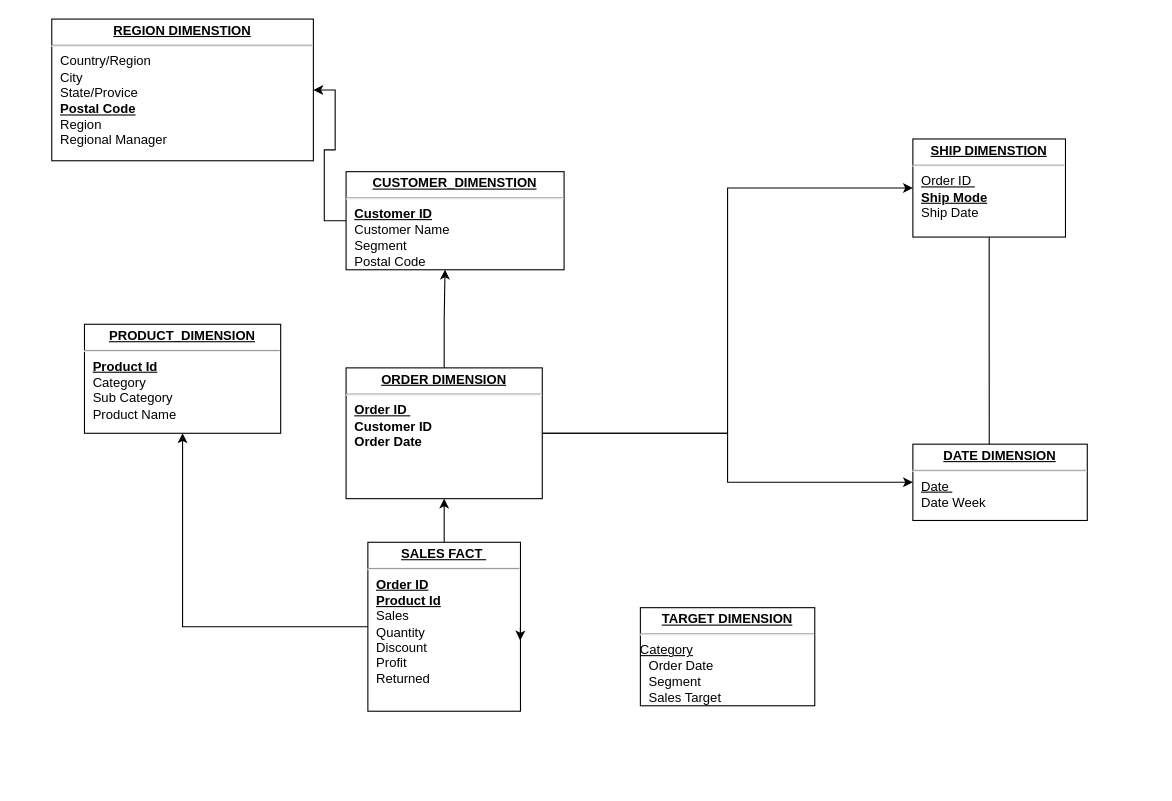
rajitharul/rajitharul keeps this draw.io diagram as sales.drawio. Above is the earlier version. Source tidied: cells renumbered, new cells numbered last; positions are measured from the earlier drawing's top-left corner, leaving out a move shared by most shapes. Both pictures are drawn from the tidied source at 109%, with x=0, y=0 at pixel (51, 19).
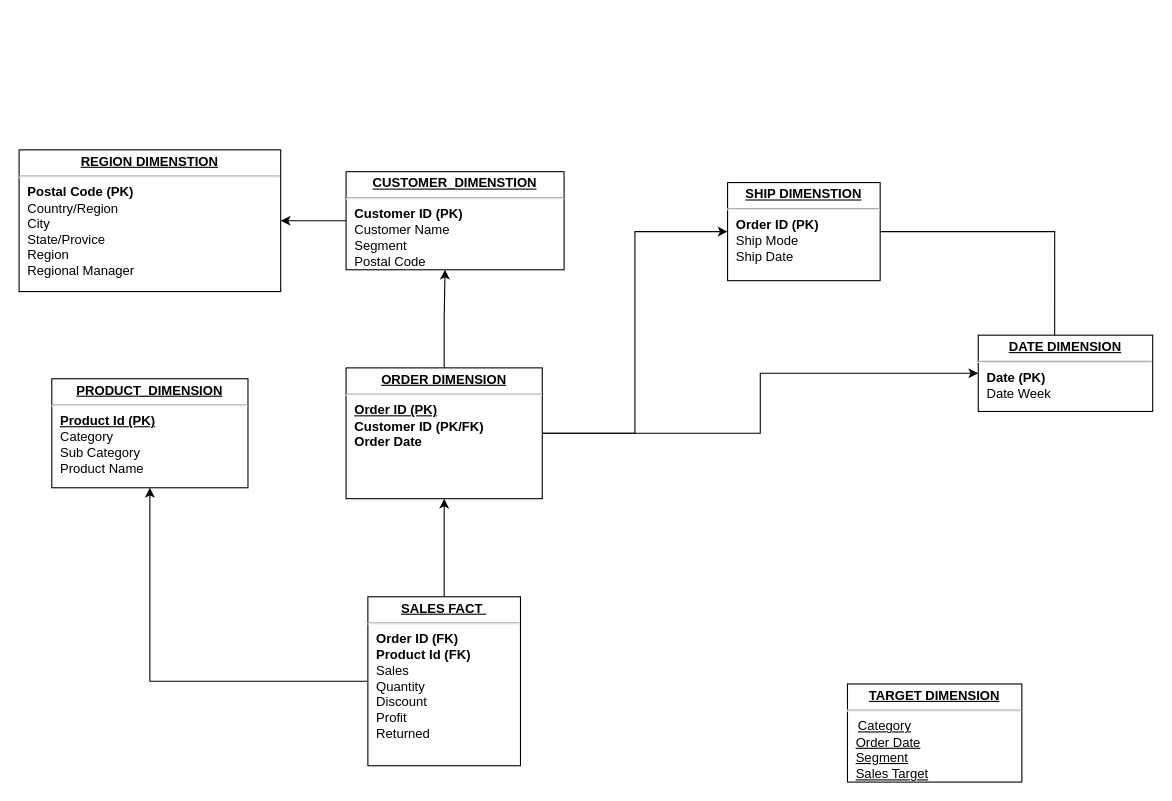
After the change.

Diff of the diagram source:
```diff
@@
 <mxGraphModel>
   <root>
     <mxCell id="0" />
     <mxCell id="1" parent="0" />
     <mxCell id="2" style="edgeStyle=orthogonalEdgeStyle;rounded=0;jettySize=auto;html=1;" parent="1" edge="1" source="4" target="15">
       <mxGeometry relative="1" as="geometry" />
     </mxCell>
     <mxCell id="3" style="edgeStyle=orthogonalEdgeStyle;rounded=0;jettySize=auto;html=1;" parent="1" edge="1" source="4" target="11">
       <mxGeometry relative="1" as="geometry" />
     </mxCell>
-    <mxCell id="4" value="&lt;p style=&quot;margin: 0px ; margin-top: 4px ; text-align: center ; text-decoration: underline&quot;&gt;&lt;b&gt;SALES FACT&amp;nbsp;&lt;/b&gt;&lt;/p&gt;&lt;hr&gt;&lt;p style=&quot;margin: 0px ; margin-left: 8px&quot;&gt;&lt;b&gt;&lt;u&gt;Order ID&lt;/u&gt;&lt;/b&gt;&lt;/p&gt;&lt;p style=&quot;margin: 0px 0px 0px 8px;&quot;&gt;&lt;span style=&quot;background-color: initial;&quot;&gt;&lt;b&gt;&lt;u&gt;Product Id&lt;/u&gt;&lt;/b&gt;&lt;/span&gt;&lt;/p&gt;&lt;p style=&quot;margin: 0px ; margin-left: 8px&quot;&gt;&lt;span style=&quot;background-color: initial;&quot;&gt;Sales&lt;/span&gt;&lt;br&gt;&lt;/p&gt;&lt;p style=&quot;margin: 0px ; margin-left: 8px&quot;&gt;&lt;span style=&quot;background-color: initial;&quot;&gt;Quantity&lt;/span&gt;&lt;/p&gt;&lt;p style=&quot;margin: 0px ; margin-left: 8px&quot;&gt;&lt;span style=&quot;background-color: initial;&quot;&gt;Discount&lt;/span&gt;&lt;/p&gt;&lt;p style=&quot;margin: 0px ; margin-left: 8px&quot;&gt;&lt;span style=&quot;background-color: initial;&quot;&gt;Profit&lt;/span&gt;&lt;/p&gt;&lt;p style=&quot;margin: 0px 0px 0px 8px;&quot;&gt;&lt;span style=&quot;background-color: initial;&quot;&gt;Returned&lt;/span&gt;&lt;/p&gt;&lt;div&gt;&lt;span style=&quot;background-color: initial;&quot;&gt;&lt;br&gt;&lt;/span&gt;&lt;/div&gt;&lt;p style=&quot;margin: 0px ; margin-left: 8px&quot;&gt;&amp;nbsp;&lt;/p&gt;" style="verticalAlign=top;align=left;overflow=fill;fontSize=12;fontFamily=Helvetica;html=1;rounded=0;shadow=0;comic=0;labelBackgroundColor=none;strokeWidth=1;" parent="1" vertex="1">
-      <mxGeometry x="290" y="480" width="140" height="155" as="geometry" />
+    <mxCell id="4" value="&lt;p style=&quot;margin: 0px ; margin-top: 4px ; text-align: center ; text-decoration: underline&quot;&gt;&lt;b&gt;SALES FACT&amp;nbsp;&lt;/b&gt;&lt;/p&gt;&lt;hr&gt;&lt;p style=&quot;margin: 0px ; margin-left: 8px&quot;&gt;&lt;b&gt;Order ID (FK)&lt;/b&gt;&lt;/p&gt;&lt;p style=&quot;margin: 0px 0px 0px 8px;&quot;&gt;&lt;span style=&quot;background-color: initial;&quot;&gt;&lt;b&gt;Product Id (FK)&lt;/b&gt;&lt;/span&gt;&lt;/p&gt;&lt;p style=&quot;margin: 0px ; margin-left: 8px&quot;&gt;&lt;span style=&quot;background-color: initial;&quot;&gt;Sales&lt;/span&gt;&lt;br&gt;&lt;/p&gt;&lt;p style=&quot;margin: 0px ; margin-left: 8px&quot;&gt;&lt;span style=&quot;background-color: initial;&quot;&gt;Quantity&lt;/span&gt;&lt;/p&gt;&lt;p style=&quot;margin: 0px ; margin-left: 8px&quot;&gt;&lt;span style=&quot;background-color: initial;&quot;&gt;Discount&lt;/span&gt;&lt;/p&gt;&lt;p style=&quot;margin: 0px ; margin-left: 8px&quot;&gt;&lt;span style=&quot;background-color: initial;&quot;&gt;Profit&lt;/span&gt;&lt;/p&gt;&lt;p style=&quot;margin: 0px 0px 0px 8px;&quot;&gt;&lt;span style=&quot;background-color: initial;&quot;&gt;Returned&lt;/span&gt;&lt;/p&gt;&lt;div&gt;&lt;span style=&quot;background-color: initial;&quot;&gt;&lt;br&gt;&lt;/span&gt;&lt;/div&gt;&lt;p style=&quot;margin: 0px ; margin-left: 8px&quot;&gt;&amp;nbsp;&lt;/p&gt;" style="verticalAlign=top;align=left;overflow=fill;fontSize=12;fontFamily=Helvetica;html=1;rounded=0;shadow=0;comic=0;labelBackgroundColor=none;strokeWidth=1;" parent="1" vertex="1">
+      <mxGeometry x="290" y="530" width="140" height="155" as="geometry" />
     </mxCell>
     <mxCell id="5" style="edgeStyle=orthogonalEdgeStyle;rounded=0;jettySize=auto;html=1;entryX=0.438;entryY=0.286;entryDx=0;entryDy=0;entryPerimeter=0;" parent="1" edge="1" source="6" target="7">
       <mxGeometry relative="1" as="geometry" />
     </mxCell>
-    <mxCell id="6" value="&lt;p style=&quot;margin: 0px ; margin-top: 4px ; text-align: center ; text-decoration: underline&quot;&gt;&lt;b&gt;SHIP DIMENSTION&lt;/b&gt;&lt;/p&gt;&lt;hr&gt;&lt;p style=&quot;margin: 0px ; margin-left: 8px&quot;&gt;&lt;u&gt;Order ID&amp;nbsp;&lt;/u&gt;&lt;/p&gt;&lt;p style=&quot;margin: 0px ; margin-left: 8px&quot;&gt;&lt;u&gt;&lt;b&gt;Ship Mode&lt;/b&gt;&lt;/u&gt;&lt;/p&gt;&lt;p style=&quot;margin: 0px ; margin-left: 8px&quot;&gt;&lt;span style=&quot;background-color: initial;&quot;&gt;Ship Date&lt;/span&gt;&lt;/p&gt;&lt;p style=&quot;margin: 0px ; margin-left: 8px&quot;&gt;&lt;br&gt;&lt;/p&gt;" style="verticalAlign=top;align=left;overflow=fill;fontSize=12;fontFamily=Helvetica;html=1;rounded=0;shadow=0;comic=0;labelBackgroundColor=none;strokeWidth=1;" parent="1" vertex="1">
-      <mxGeometry x="790" y="110" width="140" height="90" as="geometry" />
+    <mxCell id="6" value="&lt;p style=&quot;margin: 0px ; margin-top: 4px ; text-align: center ; text-decoration: underline&quot;&gt;&lt;b&gt;SHIP DIMENSTION&lt;/b&gt;&lt;/p&gt;&lt;hr&gt;&lt;p style=&quot;margin: 0px ; margin-left: 8px&quot;&gt;&lt;b style=&quot;&quot;&gt;Order ID (PK)&lt;/b&gt;&lt;/p&gt;&lt;p style=&quot;margin: 0px ; margin-left: 8px&quot;&gt;Ship Mode&amp;nbsp;&lt;/p&gt;&lt;p style=&quot;margin: 0px ; margin-left: 8px&quot;&gt;&lt;span style=&quot;background-color: initial;&quot;&gt;Ship Date&lt;/span&gt;&lt;/p&gt;&lt;p style=&quot;margin: 0px ; margin-left: 8px&quot;&gt;&lt;br&gt;&lt;/p&gt;" style="verticalAlign=top;align=left;overflow=fill;fontSize=12;fontFamily=Helvetica;html=1;rounded=0;shadow=0;comic=0;labelBackgroundColor=none;strokeWidth=1;" parent="1" vertex="1">
+      <mxGeometry x="620" y="150" width="140" height="90" as="geometry" />
     </mxCell>
-    <mxCell id="7" value="&lt;p style=&quot;margin: 0px ; margin-top: 4px ; text-align: center ; text-decoration: underline&quot;&gt;&lt;b&gt;DATE DIMENSION&lt;/b&gt;&lt;/p&gt;&lt;hr&gt;&lt;p style=&quot;margin: 0px ; margin-left: 8px&quot;&gt;&lt;u&gt;Date&amp;nbsp;&lt;br&gt;&lt;/u&gt;&lt;/p&gt;&lt;p style=&quot;margin: 0px ; margin-left: 8px&quot;&gt;Date Week&lt;/p&gt;" style="verticalAlign=top;align=left;overflow=fill;fontSize=12;fontFamily=Helvetica;html=1;rounded=0;shadow=0;comic=0;labelBackgroundColor=none;strokeWidth=1;" parent="1" vertex="1">
-      <mxGeometry x="790" y="390" width="160" height="70" as="geometry" />
+    <mxCell id="7" value="&lt;p style=&quot;margin: 0px ; margin-top: 4px ; text-align: center ; text-decoration: underline&quot;&gt;&lt;b&gt;DATE DIMENSION&lt;/b&gt;&lt;/p&gt;&lt;hr&gt;&lt;p style=&quot;margin: 0px ; margin-left: 8px&quot;&gt;&lt;b style=&quot;&quot;&gt;Date (PK)&lt;br&gt;&lt;/b&gt;&lt;/p&gt;&lt;p style=&quot;margin: 0px ; margin-left: 8px&quot;&gt;Date Week&lt;/p&gt;" style="verticalAlign=top;align=left;overflow=fill;fontSize=12;fontFamily=Helvetica;html=1;rounded=0;shadow=0;comic=0;labelBackgroundColor=none;strokeWidth=1;" parent="1" vertex="1">
+      <mxGeometry x="850" y="290" width="160" height="70" as="geometry" />
     </mxCell>
     <mxCell id="8" style="edgeStyle=orthogonalEdgeStyle;rounded=0;jettySize=auto;html=1;entryX=1;entryY=0.5;entryDx=0;entryDy=0;" parent="1" edge="1" source="9" target="10">
       <mxGeometry relative="1" as="geometry" />
     </mxCell>
-    <mxCell id="9" value="&lt;p style=&quot;margin: 0px ; margin-top: 4px ; text-align: center ; text-decoration: underline&quot;&gt;&lt;b&gt;CUSTOMER_DIMENSTION&lt;/b&gt;&lt;/p&gt;&lt;hr&gt;&lt;p style=&quot;margin: 0px ; margin-left: 8px&quot;&gt;&lt;span style=&quot;background-color: initial;&quot;&gt;&lt;b&gt;&lt;u&gt;Customer ID&lt;/u&gt;&lt;/b&gt;&lt;/span&gt;&lt;/p&gt;&lt;p style=&quot;margin: 0px ; margin-left: 8px&quot;&gt;Customer Name&lt;/p&gt;&lt;p style=&quot;margin: 0px ; margin-left: 8px&quot;&gt;Segment&amp;nbsp;&lt;/p&gt;&lt;p style=&quot;margin: 0px ; margin-left: 8px&quot;&gt;Postal Code&lt;/p&gt;" style="verticalAlign=top;align=left;overflow=fill;fontSize=12;fontFamily=Helvetica;html=1;rounded=0;shadow=0;comic=0;labelBackgroundColor=none;strokeWidth=1;" parent="1" vertex="1">
+    <mxCell id="9" value="&lt;p style=&quot;margin: 0px ; margin-top: 4px ; text-align: center ; text-decoration: underline&quot;&gt;&lt;b&gt;CUSTOMER_DIMENSTION&lt;/b&gt;&lt;/p&gt;&lt;hr&gt;&lt;p style=&quot;margin: 0px ; margin-left: 8px&quot;&gt;&lt;span style=&quot;background-color: initial;&quot;&gt;&lt;b&gt;Customer ID (PK)&lt;/b&gt;&lt;/span&gt;&lt;/p&gt;&lt;p style=&quot;margin: 0px ; margin-left: 8px&quot;&gt;Customer Name&lt;/p&gt;&lt;p style=&quot;margin: 0px ; margin-left: 8px&quot;&gt;Segment&amp;nbsp;&lt;/p&gt;&lt;p style=&quot;margin: 0px ; margin-left: 8px&quot;&gt;Postal Code&lt;/p&gt;" style="verticalAlign=top;align=left;overflow=fill;fontSize=12;fontFamily=Helvetica;html=1;rounded=0;shadow=0;comic=0;labelBackgroundColor=none;strokeWidth=1;" parent="1" vertex="1">
       <mxGeometry x="270" y="140" width="200" height="90" as="geometry" />
     </mxCell>
-    <mxCell id="10" value="&lt;p style=&quot;margin: 0px ; margin-top: 4px ; text-align: center ; text-decoration: underline&quot;&gt;&lt;b&gt;REGION DIMENSTION&lt;/b&gt;&lt;/p&gt;&lt;hr&gt;&lt;p style=&quot;margin: 0px ; margin-left: 8px&quot;&gt;Country/Region&lt;/p&gt;&lt;p style=&quot;margin: 0px ; margin-left: 8px&quot;&gt;City&amp;nbsp;&lt;/p&gt;&lt;p style=&quot;margin: 0px ; margin-left: 8px&quot;&gt;State/Provice&lt;/p&gt;&lt;p style=&quot;margin: 0px ; margin-left: 8px&quot;&gt;&lt;b&gt;&lt;u&gt;Postal Code&lt;/u&gt;&lt;/b&gt;&lt;/p&gt;&lt;p style=&quot;margin: 0px ; margin-left: 8px&quot;&gt;Region&lt;/p&gt;&lt;p style=&quot;margin: 0px ; margin-left: 8px&quot;&gt;Regional Manager&lt;/p&gt;&lt;p style=&quot;margin: 0px ; margin-left: 8px&quot;&gt;&lt;b&gt;&lt;br&gt;&lt;/b&gt;&lt;/p&gt;" style="verticalAlign=top;align=left;overflow=fill;fontSize=12;fontFamily=Helvetica;html=1;rounded=0;shadow=0;comic=0;labelBackgroundColor=none;strokeWidth=1;" parent="1" vertex="1">
-      <mxGeometry width="240" height="130" as="geometry" />
+    <mxCell id="10" value="&lt;p style=&quot;margin: 0px ; margin-top: 4px ; text-align: center ; text-decoration: underline&quot;&gt;&lt;b&gt;REGION DIMENSTION&lt;/b&gt;&lt;/p&gt;&lt;hr&gt;&lt;p style=&quot;margin: 0px 0px 0px 8px;&quot;&gt;&lt;b&gt;Postal Code (PK)&lt;/b&gt;&lt;/p&gt;&lt;p style=&quot;margin: 0px ; margin-left: 8px&quot;&gt;Country/Region&lt;/p&gt;&lt;p style=&quot;margin: 0px ; margin-left: 8px&quot;&gt;City&amp;nbsp;&lt;/p&gt;&lt;p style=&quot;margin: 0px ; margin-left: 8px&quot;&gt;State/Provice&lt;/p&gt;&lt;p style=&quot;margin: 0px ; margin-left: 8px&quot;&gt;&lt;span style=&quot;background-color: initial;&quot;&gt;Region&lt;/span&gt;&lt;br&gt;&lt;/p&gt;&lt;p style=&quot;margin: 0px ; margin-left: 8px&quot;&gt;Regional Manager&lt;/p&gt;&lt;p style=&quot;margin: 0px ; margin-left: 8px&quot;&gt;&lt;b&gt;&lt;br&gt;&lt;/b&gt;&lt;/p&gt;" style="verticalAlign=top;align=left;overflow=fill;fontSize=12;fontFamily=Helvetica;html=1;rounded=0;shadow=0;comic=0;labelBackgroundColor=none;strokeWidth=1;" parent="1" vertex="1">
+      <mxGeometry x="-30" y="120" width="240" height="130" as="geometry" />
     </mxCell>
-    <mxCell id="11" value="&lt;p style=&quot;margin: 0px ; margin-top: 4px ; text-align: center ; text-decoration: underline&quot;&gt;&lt;b&gt;PRODUCT_DIMENSION&lt;/b&gt;&lt;/p&gt;&lt;hr&gt;&lt;p style=&quot;margin: 0px ; margin-left: 8px&quot;&gt;&lt;span style=&quot;background-color: initial;&quot;&gt;&lt;b&gt;&lt;u&gt;Product Id&lt;/u&gt;&lt;/b&gt;&lt;/span&gt;&lt;/p&gt;&lt;p style=&quot;margin: 0px ; margin-left: 8px&quot;&gt;Category&lt;/p&gt;&lt;p style=&quot;margin: 0px ; margin-left: 8px&quot;&gt;Sub Category&lt;/p&gt;&lt;p style=&quot;margin: 0px ; margin-left: 8px&quot;&gt;Product Name&lt;/p&gt;" style="verticalAlign=top;align=left;overflow=fill;fontSize=12;fontFamily=Helvetica;html=1;rounded=0;shadow=0;comic=0;labelBackgroundColor=none;strokeWidth=1;" parent="1" vertex="1">
-      <mxGeometry x="30" y="280" width="180" height="100" as="geometry" />
+    <mxCell id="11" value="&lt;p style=&quot;margin: 0px ; margin-top: 4px ; text-align: center ; text-decoration: underline&quot;&gt;&lt;b&gt;PRODUCT_DIMENSION&lt;/b&gt;&lt;/p&gt;&lt;hr&gt;&lt;p style=&quot;margin: 0px ; margin-left: 8px&quot;&gt;&lt;span style=&quot;background-color: initial;&quot;&gt;&lt;b&gt;&lt;u&gt;Product Id (PK)&lt;/u&gt;&lt;/b&gt;&lt;/span&gt;&lt;/p&gt;&lt;p style=&quot;margin: 0px ; margin-left: 8px&quot;&gt;Category&lt;/p&gt;&lt;p style=&quot;margin: 0px ; margin-left: 8px&quot;&gt;Sub Category&lt;/p&gt;&lt;p style=&quot;margin: 0px ; margin-left: 8px&quot;&gt;Product Name&lt;/p&gt;" style="verticalAlign=top;align=left;overflow=fill;fontSize=12;fontFamily=Helvetica;html=1;rounded=0;shadow=0;comic=0;labelBackgroundColor=none;strokeWidth=1;" parent="1" vertex="1">
+      <mxGeometry y="330" width="180" height="100" as="geometry" />
     </mxCell>
-    <mxCell id="12" style="edgeStyle=orthogonalEdgeStyle;rounded=0;jettySize=auto;html=1;entryX=0;entryY=0.5;entryDx=0;entryDy=0;" parent="1" edge="1" source="15" target="7">
-      <mxGeometry relative="1" as="geometry" />
-    </mxCell>
     <mxCell id="13" style="edgeStyle=orthogonalEdgeStyle;rounded=0;jettySize=auto;html=1;entryX=0;entryY=0.5;entryDx=0;entryDy=0;" parent="1" edge="1" source="15" target="6">
       <mxGeometry relative="1" as="geometry" />
     </mxCell>
     <mxCell id="14" style="edgeStyle=orthogonalEdgeStyle;rounded=0;jettySize=auto;html=1;entryX=0.454;entryY=0.999;entryDx=0;entryDy=0;entryPerimeter=0;" parent="1" edge="1" source="15" target="9">
       <mxGeometry relative="1" as="geometry" />
     </mxCell>
+    <mxCell id="12" style="edgeStyle=orthogonalEdgeStyle;rounded=0;jettySize=auto;html=1;" parent="1" edge="1" source="15" target="7">
+      <mxGeometry relative="1" as="geometry" />
+    </mxCell>
-    <mxCell id="15" value="&lt;p style=&quot;margin: 0px ; margin-top: 4px ; text-align: center ; text-decoration: underline&quot;&gt;&lt;b&gt;ORDER DIMENSION&lt;/b&gt;&lt;/p&gt;&lt;hr&gt;&lt;p style=&quot;margin: 0px 0px 0px 8px;&quot;&gt;&lt;b&gt;&lt;u&gt;Order ID&amp;nbsp;&lt;/u&gt;&lt;/b&gt;&lt;/p&gt;&lt;p style=&quot;margin: 0px 0px 0px 8px;&quot;&gt;&lt;span style=&quot;background-color: initial;&quot;&gt;&lt;b&gt;Customer ID&lt;/b&gt;&lt;/span&gt;&lt;/p&gt;&lt;p style=&quot;margin: 0px 0px 0px 8px;&quot;&gt;&lt;b style=&quot;background-color: initial;&quot;&gt;Order Date&amp;nbsp;&lt;/b&gt;&lt;br&gt;&lt;/p&gt;&lt;p style=&quot;margin: 0px ; margin-left: 8px&quot;&gt;&lt;br&gt;&lt;/p&gt;" style="verticalAlign=top;align=left;overflow=fill;fontSize=12;fontFamily=Helvetica;html=1;rounded=0;shadow=0;comic=0;labelBackgroundColor=none;strokeWidth=1;" parent="1" vertex="1">
+    <mxCell id="15" value="&lt;p style=&quot;margin: 0px ; margin-top: 4px ; text-align: center ; text-decoration: underline&quot;&gt;&lt;b&gt;ORDER DIMENSION&lt;/b&gt;&lt;/p&gt;&lt;hr&gt;&lt;p style=&quot;margin: 0px 0px 0px 8px;&quot;&gt;&lt;b&gt;&lt;u&gt;Order ID (PK)&lt;/u&gt;&lt;/b&gt;&lt;/p&gt;&lt;p style=&quot;margin: 0px 0px 0px 8px;&quot;&gt;&lt;span style=&quot;background-color: initial;&quot;&gt;&lt;b&gt;Customer ID (PK/FK&lt;/b&gt;&lt;/span&gt;&lt;b style=&quot;background-color: initial;&quot;&gt;)&lt;/b&gt;&lt;/p&gt;&lt;p style=&quot;margin: 0px 0px 0px 8px;&quot;&gt;&lt;b style=&quot;background-color: initial;&quot;&gt;Order Date&amp;nbsp;&lt;/b&gt;&lt;br&gt;&lt;/p&gt;&lt;p style=&quot;margin: 0px ; margin-left: 8px&quot;&gt;&lt;br&gt;&lt;/p&gt;" style="verticalAlign=top;align=left;overflow=fill;fontSize=12;fontFamily=Helvetica;html=1;rounded=0;shadow=0;comic=0;labelBackgroundColor=none;strokeWidth=1;" parent="1" vertex="1">
       <mxGeometry x="270" y="320" width="180" height="120" as="geometry" />
     </mxCell>
-    <mxCell id="16" style="edgeStyle=orthogonalEdgeStyle;rounded=0;orthogonalLoop=1;jettySize=auto;html=1;exitX=1;exitY=0.5;exitDx=0;exitDy=0;entryX=0.998;entryY=0.581;entryDx=0;entryDy=0;entryPerimeter=0;" parent="1" edge="1" source="4" target="4">
-      <mxGeometry relative="1" as="geometry" />
-    </mxCell>
-    <mxCell id="17" value="&lt;p style=&quot;margin: 0px ; margin-top: 4px ; text-align: center ; text-decoration: underline&quot;&gt;&lt;b&gt;TARGET DIMENSION&lt;/b&gt;&lt;/p&gt;&lt;hr&gt;&lt;u&gt;Category&lt;/u&gt;&lt;p style=&quot;margin: 0px ; margin-left: 8px&quot;&gt;Order Date&lt;br&gt;&lt;/p&gt;&lt;p style=&quot;margin: 0px ; margin-left: 8px&quot;&gt;Segment&lt;br&gt;&lt;/p&gt;&lt;p style=&quot;margin: 0px ; margin-left: 8px&quot;&gt;Sales Target&lt;br&gt;&lt;/p&gt;" style="verticalAlign=top;align=left;overflow=fill;fontSize=12;fontFamily=Helvetica;html=1;rounded=0;shadow=0;comic=0;labelBackgroundColor=none;strokeWidth=1;" parent="1" vertex="1">
-      <mxGeometry x="540" y="540" width="160" height="90" as="geometry" />
+    <mxCell id="17" value="&lt;p style=&quot;margin: 0px ; margin-top: 4px ; text-align: center ; text-decoration: underline&quot;&gt;&lt;b&gt;TARGET DIMENSION&lt;/b&gt;&lt;/p&gt;&lt;hr&gt;&amp;nbsp; &amp;nbsp;&lt;u&gt;Category&lt;/u&gt;&lt;p style=&quot;margin: 0px ; margin-left: 8px&quot;&gt;&lt;u&gt;Order Date&lt;br&gt;&lt;/u&gt;&lt;/p&gt;&lt;p style=&quot;margin: 0px ; margin-left: 8px&quot;&gt;&lt;u&gt;Segment&lt;/u&gt;&lt;br&gt;&lt;/p&gt;&lt;p style=&quot;margin: 0px ; margin-left: 8px&quot;&gt;&lt;u&gt;Sales Target&lt;/u&gt;&lt;br&gt;&lt;/p&gt;" style="verticalAlign=top;align=left;overflow=fill;fontSize=12;fontFamily=Helvetica;html=1;rounded=0;shadow=0;comic=0;labelBackgroundColor=none;strokeWidth=1;" parent="1" vertex="1">
+      <mxGeometry x="730" y="610" width="160" height="90" as="geometry" />
     </mxCell>
   </root>
 </mxGraphModel>
```
